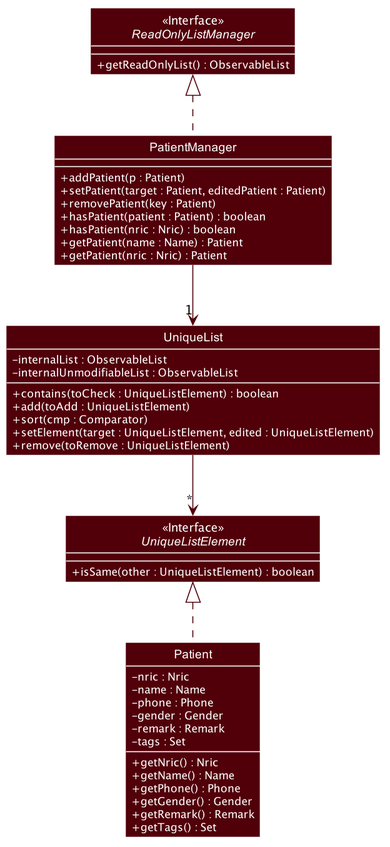
This is docs/images/PatientManagerClassDiagram.png from thutahw/tp, a PlantUML export, as it was before one commit. The source it was exported from:
```plantuml
@startuml








skinparam BackgroundColor #FFFFFFF

skinparam Shadowing false

skinparam Class {
    BorderThickness 1
        BorderColor MAIN_DARK_COLOR
        BackgroundColor MAIN_MEDIUM_COLOR
        AttributeFontColor MAIN_MEDIUM_DARK_COLOR
        AttributeIconSize 0
        StereotypeFontColor MAIN_DARK_COLOR
        StereotypeFontStyle normal
        FontName Arial
}

skinparam Object {
    BorderThickness 2
    BorderColor MAIN_DARK_COLOR
    BackgroundColor MAIN_LIGHT_COLOR
    AttributeFontColor MAIN_MEDIUM_DARK_COLOR
    AttributeIconSize 0
    StereotypeFontColor MAIN_DARK_COLOR
    StereotypeFontStyle normal
    FontName Arial
}

skinparam Actor {
    BorderColor #000000
    Color #000000
    FontName Arial
}

skinparam Sequence {
    MessageAlign center
    BoxFontSize 15
    BoxPadding 0
    BoxFontColor #FFFFFF
    FontName Arial
}

skinparam Participant {
    FontColor #FFFFFFF
    Padding 20
}

skinparam MinClassWidth 50
skinparam ParticipantPadding 10
skinparam Shadowing false
skinparam DefaultTextAlignment center
skinparam packageStyle Rectangle

hide footbox
hide circle
skinparam Class {
    BorderColor BACKGROUND_COLOR
    FontColor BACKGROUND_COLOR
    BackgroundColor #51000A
    StereotypeFontColor BACKGROUND_COLOR
}
skinparam ArrowColor #51000A

class PatientManager {
+ addPatient(p : Patient)
+ setPatient(target : Patient, editedPatient : Patient)
+ removePatient(key : Patient)
+ hasPatient(patient : Patient) : boolean
+ hasPatient(nric : Nric) : boolean
+ getPatient(name : Name) : Patient
+ getPatient(nric : Nric) : Patient
}

class UniqueList {
- internalList : ObservableList
- internalUnmodifiableList : ObservableList
+ contains(toCheck : UniqueListElement) : boolean
+ add(toAdd : UniqueListElement)
+ sort(cmp : Comparator)
+ setElement(target : UniqueListElement, edited : UniqueListElement)
+ remove(toRemove : UniqueListElement)
}

Interface UniqueListElement <<Interface>> {
+ isSame(other : UniqueListElement) : boolean
}

Interface ReadOnlyListManager <<Interface>> {
+ getReadOnlyList() : ObservableList
}

Class Patient {
- nric : Nric
- name : Name
- phone : Phone
- gender : Gender
- remark : Remark
- tags : Set
+ getNric() : Nric
+ getName() : Name
+ getPhone() : Phone
+ getGender() : Gender
+ getRemark() : Remark
+ getTags() : Set
}

ReadOnlyListManager <|.. PatientManager
UniqueListElement <|.. Patient
PatientManager -->"1" UniqueList
UniqueList -->"*" UniqueListElement

@enduml
```
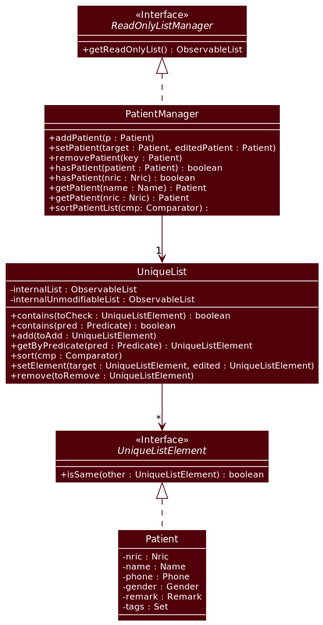
After the commit.

Change to the diagram source:
```diff
@@ -1,72 +1,12 @@
 @startuml
-
-
-
-
-
-
-
-
-skinparam BackgroundColor #FFFFFFF
-
-skinparam Shadowing false
-
-skinparam Class {
-    BorderThickness 1
-        BorderColor MAIN_DARK_COLOR
-        BackgroundColor MAIN_MEDIUM_COLOR
-        AttributeFontColor MAIN_MEDIUM_DARK_COLOR
-        AttributeIconSize 0
-        StereotypeFontColor MAIN_DARK_COLOR
-        StereotypeFontStyle normal
-        FontName Arial
-}
-
-skinparam Object {
-    BorderThickness 2
-    BorderColor MAIN_DARK_COLOR
-    BackgroundColor MAIN_LIGHT_COLOR
-    AttributeFontColor MAIN_MEDIUM_DARK_COLOR
-    AttributeIconSize 0
-    StereotypeFontColor MAIN_DARK_COLOR
-    StereotypeFontStyle normal
-    FontName Arial
-}
-
-skinparam Actor {
-    BorderColor #000000
-    Color #000000
-    FontName Arial
-}
-
-skinparam Sequence {
-    MessageAlign center
-    BoxFontSize 15
-    BoxPadding 0
-    BoxFontColor #FFFFFF
-    FontName Arial
-}
-
-skinparam Participant {
-    FontColor #FFFFFFF
-    Padding 20
-}
-
-skinparam MinClassWidth 50
-skinparam ParticipantPadding 10
-skinparam Shadowing false
-skinparam DefaultTextAlignment center
-skinparam packageStyle Rectangle
-
-hide footbox
-hide circle
+!include style.puml
 skinparam Class {
     BorderColor BACKGROUND_COLOR
     FontColor BACKGROUND_COLOR
-    BackgroundColor #51000A
+    BackgroundColor MODEL_COLOR_T4
     StereotypeFontColor BACKGROUND_COLOR
 }
-skinparam ArrowColor #51000A
+skinparam ArrowColor MODEL_COLOR_T4
 
 class PatientManager {
 + addPatient(p : Patient)
@@ -76,13 +16,16 @@
 + hasPatient(nric : Nric) : boolean
 + getPatient(name : Name) : Patient
 + getPatient(nric : Nric) : Patient
++ sortPatientList(cmp: Comparator) :
 }
 
 class UniqueList {
 - internalList : ObservableList
 - internalUnmodifiableList : ObservableList
 + contains(toCheck : UniqueListElement) : boolean
++ contains(pred : Predicate) : boolean
 + add(toAdd : UniqueListElement)
++ getByPredicate(pred : Predicate) : UniqueListElement
 + sort(cmp : Comparator)
 + setElement(target : UniqueListElement, edited : UniqueListElement)
 + remove(toRemove : UniqueListElement)
@@ -103,12 +46,6 @@
 - gender : Gender
 - remark : Remark
 - tags : Set
-+ getNric() : Nric
-+ getName() : Name
-+ getPhone() : Phone
-+ getGender() : Gender
-+ getRemark() : Remark
-+ getTags() : Set
 }
 
 ReadOnlyListManager <|.. PatientManager
```
